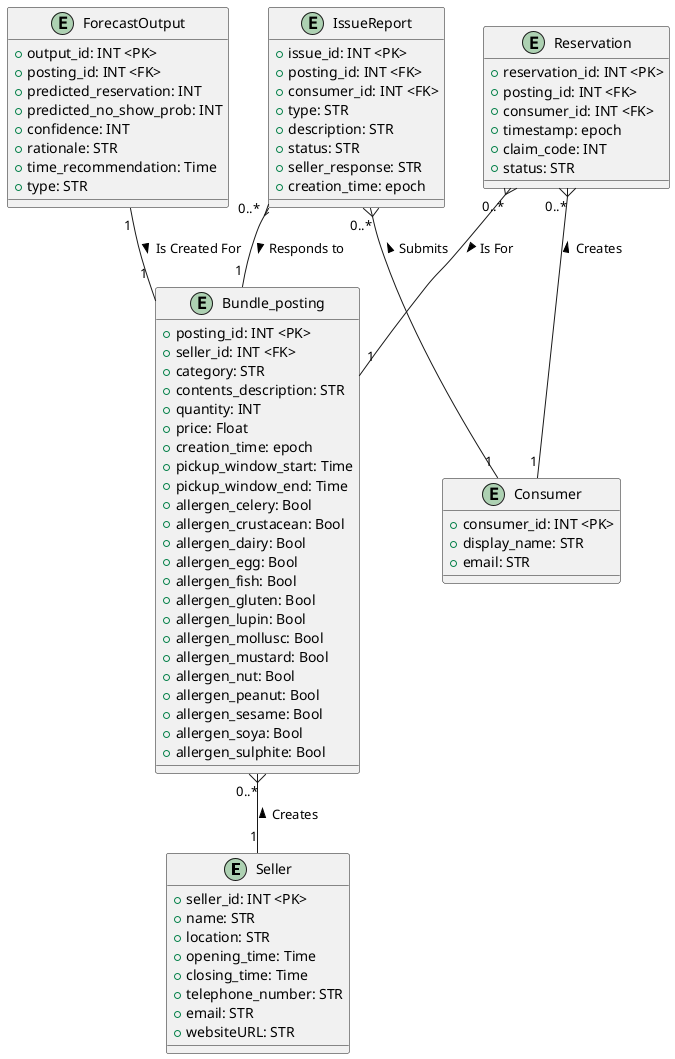
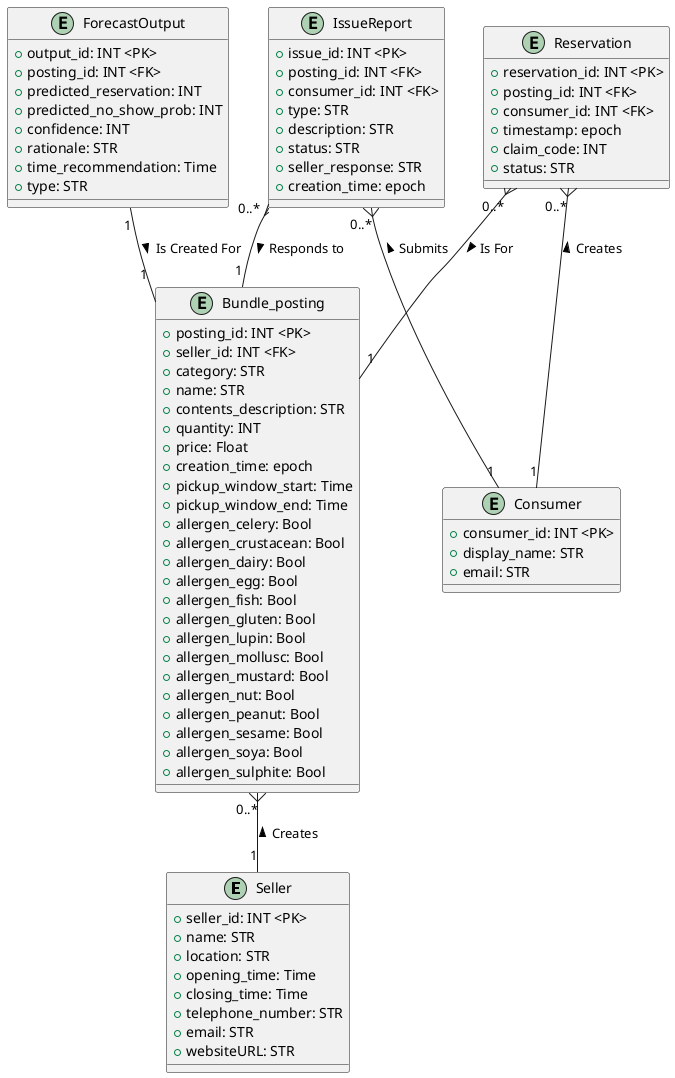
@startuml
entity Seller {
  +seller_id: INT <PK>
  +name: STR
  +location: STR
  +opening_time: Time
  +closing_time: Time
  +telephone_number: STR
  +email: STR
  +websiteURL: STR
}

entity Bundle_posting{
    +posting_id: INT <PK>
    +seller_id: INT <FK>
    +category: STR
+     +name: STR
    +contents_description: STR
    +quantity: INT
    +price: Float
    +creation_time: epoch
    +pickup_window_start: Time
    +pickup_window_end: Time
    +allergen_celery: Bool
    +allergen_crustacean: Bool
    +allergen_dairy: Bool
    +allergen_egg: Bool
    +allergen_fish: Bool
    +allergen_gluten: Bool
    +allergen_lupin: Bool
    +allergen_mollusc: Bool
    +allergen_mustard: Bool
    +allergen_nut: Bool
    +allergen_peanut: Bool
    +allergen_sesame: Bool
    +allergen_soya: Bool
    +allergen_sulphite: Bool
}

entity Reservation{
    +reservation_id: INT <PK>
    +posting_id: INT <FK>
    +consumer_id: INT <FK>
    +timestamp: epoch
    +claim_code: INT
    +status: STR
}
entity Consumer{
        +consumer_id: INT <PK>
        +display_name: STR
        +email: STR
}
entity IssueReport{
    +issue_id: INT <PK>
    +posting_id: INT <FK>
    +consumer_id: INT <FK>
    +type: STR
    +description: STR
    +status: STR
    +seller_response: STR
    +creation_time: epoch
}

entity ForecastOutput{
    +output_id: INT <PK>
    +posting_id: INT <FK>
    +predicted_reservation: INT
    +predicted_no_show_prob: INT
    +confidence: INT
    +rationale: STR
    +time_recommendation: Time
    +type: STR
}

Reservation "0..*" }-- "1" Consumer : Creates <
IssueReport "0..*" }-- "1" Consumer : Submits <
IssueReport "0..*" }-- "1" Bundle_posting : Responds to >
Reservation "0..*" }-- "1" Bundle_posting : Is For >
Bundle_posting "0..*" }-- "1" Seller : Creates <
ForecastOutput "1" -- "1" Bundle_posting : Is Created For >


@enduml